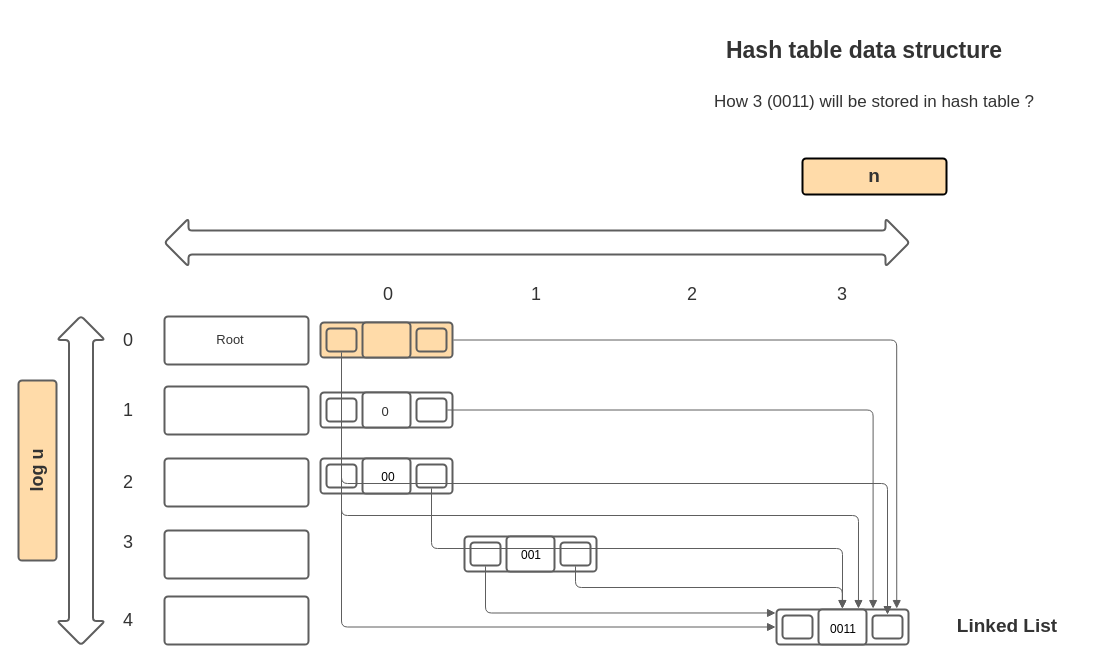
The draw.io diagram Untitled Diagram.drawio in ashishkankal/MTech-Resources, before the edit. Source tidied: cells renumbered, new cells numbered last; positions are measured from the earlier drawing's top-left corner, leaving out a move shared by most shapes. Both pictures are drawn from the tidied source at 100%, with x=0, y=0 at pixel (-84, 18).
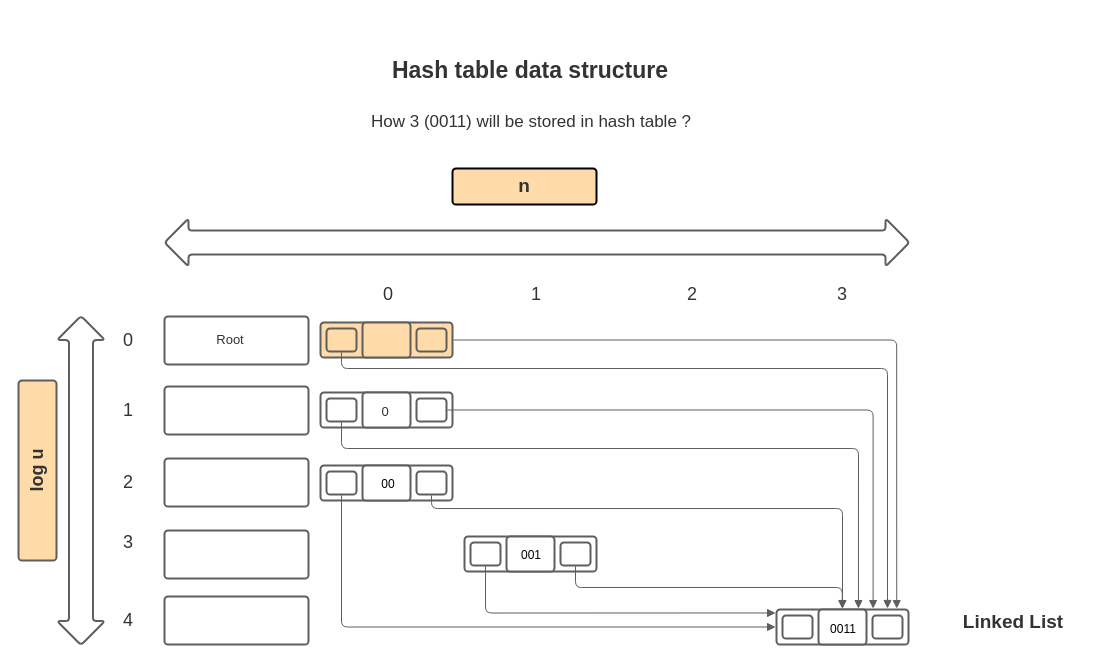
The same diagram, later.

Unchanged cells that the change refers to:
```xml
<mxCell id="16" style="html=1;whiteSpace=wrap;whiteSpace=wrap;fontSize=11;spacing=3;strokeColor=#5e5e5e;strokeOpacity=100;fillOpacity=100;rounded=1;absoluteArcSize=1;arcSize=7.199999999999999;fillColor=#ffdba9;strokeWidth=2;" parent="1" vertex="1">
  <mxGeometry x="410" y="310" width="30" height="23" as="geometry" />
</mxCell>
<mxCell id="21" style="html=1;whiteSpace=wrap;whiteSpace=wrap;fontSize=11;spacing=3;strokeColor=#5e5e5e;strokeOpacity=100;rounded=1;absoluteArcSize=1;arcSize=7.199999999999999;strokeWidth=2;" parent="1" vertex="1">
  <mxGeometry x="410" y="380" width="30" height="23" as="geometry" />
</mxCell>
<mxCell id="33" style="html=1;whiteSpace=wrap;whiteSpace=wrap;fontSize=11;spacing=3;strokeColor=#5e5e5e;strokeOpacity=100;rounded=1;absoluteArcSize=1;arcSize=7.199999999999999;strokeWidth=2;" parent="32" vertex="1">
  <mxGeometry width="132" height="35" as="geometry" />
</mxCell>
<mxCell id="35" style="html=1;whiteSpace=wrap;whiteSpace=wrap;fontSize=11;spacing=3;strokeColor=#5e5e5e;strokeOpacity=100;rounded=1;absoluteArcSize=1;arcSize=7.199999999999999;strokeWidth=2;" parent="32" vertex="1">
  <mxGeometry x="96" y="6" width="30" height="23" as="geometry" />
</mxCell>
<mxCell id="36" style="html=1;whiteSpace=wrap;whiteSpace=wrap;fontSize=11;spacing=3;strokeColor=#5e5e5e;strokeOpacity=100;rounded=1;absoluteArcSize=1;arcSize=7.199999999999999;strokeWidth=2;" parent="32" vertex="1">
  <mxGeometry x="42" width="48" height="35" as="geometry" />
</mxCell>
```

Change to the diagram source:
```diff
@@
     <mxCell id="2" value="n" style="html=1;whiteSpace=wrap;whiteSpace=wrap;fontSize=19;fontColor=#333333;fontStyle=1;spacing=3;strokeOpacity=100;fillOpacity=100;rounded=1;absoluteArcSize=1;arcSize=7.199999999999999;fillColor=#ffdba9;strokeWidth=2;" parent="1" vertex="1">
-      <mxGeometry x="886" y="140" width="144" height="36" as="geometry" />
+      <mxGeometry x="536" y="150" width="144" height="36" as="geometry" />
     </mxCell>
     <mxCell id="3" value="How 3 (0011) will be stored in hash table ?" style="html=1;whiteSpace=wrap;whiteSpace=wrap;fontSize=17;fontColor=#333333;spacing=3;strokeOpacity=0;fillOpacity=0;rounded=1;absoluteArcSize=1;arcSize=7.199999999999999;fillColor=#ffffff;strokeWidth=2;" parent="1" vertex="1">
-      <mxGeometry x="790" y="60" width="336" height="48" as="geometry" />
+      <mxGeometry x="447" y="80" width="336" height="48" as="geometry" />
     </mxCell>
     <mxCell id="4" value="Hash table data structure" style="html=1;whiteSpace=wrap;whiteSpace=wrap;fontSize=23;fontColor=#333333;fontStyle=1;spacing=3;strokeOpacity=0;fillOpacity=0;rounded=1;absoluteArcSize=1;arcSize=7.199999999999999;fillColor=#ffffff;strokeWidth=2;" parent="1" vertex="1">
-      <mxGeometry x="750" width="396" height="64" as="geometry" />
+      <mxGeometry x="416" y="20" width="396" height="64" as="geometry" />
     </mxCell>
@@
     <mxCell id="24" style="html=1;whiteSpace=wrap;whiteSpace=wrap;fontSize=11;spacing=3;strokeColor=#5e5e5e;strokeOpacity=100;rounded=1;absoluteArcSize=1;arcSize=7.199999999999999;strokeWidth=2;" parent="1" vertex="1">
-      <mxGeometry x="404" y="440" width="132" height="35" as="geometry" />
+      <mxGeometry x="404" y="447" width="132" height="35" as="geometry" />
     </mxCell>
     <mxCell id="25" style="html=1;whiteSpace=wrap;whiteSpace=wrap;fontSize=11;spacing=3;strokeColor=#5e5e5e;strokeOpacity=100;rounded=1;absoluteArcSize=1;arcSize=7.199999999999999;strokeWidth=2;" parent="1" vertex="1">
-      <mxGeometry x="410" y="446" width="30" height="23" as="geometry" />
+      <mxGeometry x="410" y="453" width="30" height="23" as="geometry" />
     </mxCell>
     <mxCell id="26" style="html=1;whiteSpace=wrap;whiteSpace=wrap;fontSize=11;spacing=3;strokeColor=#5e5e5e;strokeOpacity=100;rounded=1;absoluteArcSize=1;arcSize=7.199999999999999;strokeWidth=2;" parent="1" vertex="1">
-      <mxGeometry x="500" y="446" width="30" height="23" as="geometry" />
+      <mxGeometry x="500" y="453" width="30" height="23" as="geometry" />
     </mxCell>
     <mxCell id="27" style="html=1;whiteSpace=wrap;whiteSpace=wrap;fontSize=11;spacing=3;strokeColor=#5e5e5e;strokeOpacity=100;rounded=1;absoluteArcSize=1;arcSize=7.199999999999999;strokeWidth=2;" parent="1" vertex="1">
-      <mxGeometry x="446" y="440" width="48" height="35" as="geometry" />
+      <mxGeometry x="446" y="447" width="48" height="35" as="geometry" />
     </mxCell>
@@
     <mxCell id="37" value="00" style="html=1;whiteSpace=wrap;whiteSpace=wrap;fontSize=12;fontColor=#000000;spacing=3;strokeOpacity=0;fillOpacity=0;rounded=1;absoluteArcSize=1;arcSize=7.199999999999999;fillColor=#ffffff;strokeWidth=2;" parent="1" vertex="1">
-      <mxGeometry x="457" y="447" width="30" height="23" as="geometry" />
+      <mxGeometry x="457" y="454" width="30" height="23" as="geometry" />
     </mxCell>
@@
     <mxCell id="48" style="html=1;jettySize=18;whiteSpace=wrap;fontSize=11;strokeColor=#5E5E5E;rounded=1;arcSize=12;edgeStyle=orthogonalEdgeStyle;startArrow=none;endArrow=block;endFill=1;exitX=0.5;exitY=1.0385273886986273;exitPerimeter=0;entryX=0.8325358103459053;entryY=-0.025684931506849275;entryPerimeter=0;" parent="1" edge="1" source="21" target="36">
-      <mxGeometry relative="1" as="geometry" />
+      <mxGeometry relative="1" as="geometry">
+        <Array as="points">
+          <mxPoint x="425" y="430" />
+          <mxPoint x="942" y="430" />
+        </Array>
+      </mxGeometry>
     </mxCell>
     <mxCell id="49" style="html=1;jettySize=18;whiteSpace=wrap;fontSize=11;strokeColor=#5E5E5E;rounded=1;arcSize=12;edgeStyle=orthogonalEdgeStyle;startArrow=none;endArrow=block;endFill=1;exitX=0.5;exitY=1.0385273886986273;exitPerimeter=0;entryX=0.5;entryY=-0.025684931506849275;entryPerimeter=0;" parent="1" edge="1" source="26" target="33">
-      <mxGeometry relative="1" as="geometry" />
+      <mxGeometry relative="1" as="geometry">
+        <Array as="points">
+          <mxPoint x="515" y="490" />
+          <mxPoint x="926" y="490" />
+        </Array>
+      </mxGeometry>
     </mxCell>
@@
     <mxCell id="51" value="Linked List" style="html=1;whiteSpace=wrap;whiteSpace=wrap;fontSize=19;fontColor=#333333;fontStyle=1;spacing=3;strokeOpacity=0;fillOpacity=0;rounded=1;absoluteArcSize=1;arcSize=7.199999999999999;fillColor=#ffffff;strokeWidth=2;" parent="1" vertex="1">
-      <mxGeometry x="1004" y="590" width="174" height="36" as="geometry" />
+      <mxGeometry x="1010" y="586" width="174" height="36" as="geometry" />
     </mxCell>
@@
-    <mxCell id="56" style="html=1;jettySize=18;whiteSpace=wrap;fontSize=11;strokeColor=#5E5E5E;rounded=1;arcSize=12;edgeStyle=orthogonalEdgeStyle;startArrow=none;endArrow=block;endFill=1;exitX=0.5;exitY=1.0385273886986273;exitPerimeter=0;entryX=0.5;entryY=-0.03852739726027391;entryPerimeter=0;" parent="1" edge="1" source="16" target="35">
-      <mxGeometry relative="1" as="geometry" />
+    <mxCell id="56" style="html=1;jettySize=18;whiteSpace=wrap;fontSize=11;strokeColor=#5E5E5E;rounded=1;arcSize=12;edgeStyle=orthogonalEdgeStyle;startArrow=none;endArrow=block;endFill=1;exitX=0.5;exitY=1.0385273886986273;exitPerimeter=0;" parent="1" edge="1" source="16">
+      <mxGeometry relative="1" as="geometry">
+        <mxPoint x="971" y="590" as="targetPoint" />
+        <Array as="points">
+          <mxPoint x="425" y="350" />
+          <mxPoint x="971" y="350" />
+        </Array>
+      </mxGeometry>
     </mxCell>
```
